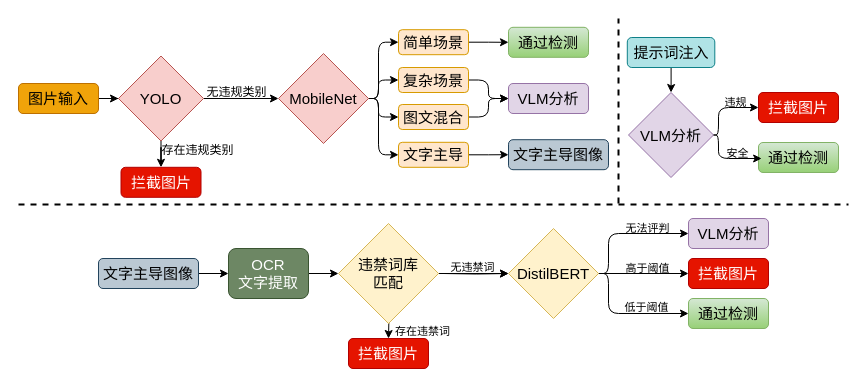
Earlier version of the draw.io diagram 本科项目/违规图片检测.drawio (Heart-ttt/picture-table). Source tidied: cells renumbered, new cells numbered last; positions are measured from the earlier drawing's top-left corner, leaving out a move shared by most shapes. Both pictures are drawn from the tidied source at 100%, with x=0, y=0 at pixel (18, 18).
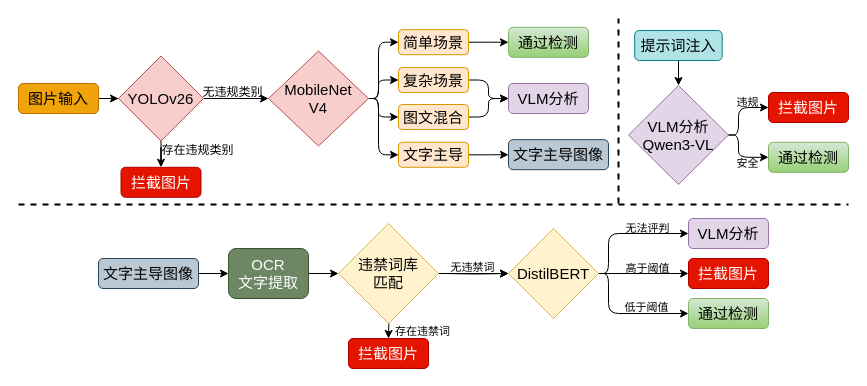
Above is the later version.

Commit message:
更新违规图片检测.drawio

Change to the diagram source:
```diff
@@
-    <mxCell id="8" value="&lt;span style=&quot;font-size: 15px;&quot;&gt;YOLO&lt;/span&gt;" style="rhombus;whiteSpace=wrap;html=1;fillColor=#f8cecc;strokeColor=#b85450;" parent="1" vertex="1">
+    <mxCell id="8" value="&lt;span style=&quot;font-size: 15px;&quot;&gt;YOLOv26&lt;/span&gt;" style="rhombus;whiteSpace=wrap;html=1;fillColor=#f8cecc;strokeColor=#b85450;" parent="1" vertex="1">
       <mxGeometry x="100" y="37.5" width="85" height="85" as="geometry" />
     </mxCell>
@@
-    <mxCell id="13" value="&lt;span style=&quot;font-size: 15px;&quot;&gt;MobileNet&lt;/span&gt;" style="rhombus;whiteSpace=wrap;html=1;fillColor=#f8cecc;strokeColor=#b85450;" parent="1" vertex="1">
-      <mxGeometry x="260" y="35" width="90" height="90" as="geometry" />
+    <mxCell id="13" value="&lt;span style=&quot;font-size: 15px;&quot;&gt;MobileNet&lt;/span&gt;&lt;div&gt;&lt;span style=&quot;font-size: 15px;&quot;&gt;V4&lt;/span&gt;&lt;/div&gt;" style="rhombus;whiteSpace=wrap;html=1;fillColor=#f8cecc;strokeColor=#b85450;" parent="1" vertex="1">
+      <mxGeometry x="250" y="32.5" width="100" height="95" as="geometry" />
     </mxCell>
@@
-    <mxCell id="43" style="edgeStyle=orthogonalEdgeStyle;rounded=1;jettySize=auto;html=1;entryX=0;entryY=0.5;entryDx=0;entryDy=0;curved=0;" parent="1" edge="1" source="45" target="46">
+    <mxCell id="43" style="edgeStyle=orthogonalEdgeStyle;rounded=1;jettySize=auto;html=1;entryX=0;entryY=0.5;entryDx=0;entryDy=0;curved=0;exitX=1;exitY=0.5;exitDx=0;exitDy=0;" parent="1" edge="1" source="45" target="46">
       <mxGeometry relative="1" as="geometry">
         <Array as="points">
-          <mxPoint x="700" y="117" />
-          <mxPoint x="700" y="89" />
+          <mxPoint x="720" y="116" />
+          <mxPoint x="720" y="89" />
         </Array>
       </mxGeometry>
     </mxCell>
@@
-    <mxCell id="45" value="&lt;span style=&quot;font-size: 15px;&quot;&gt;VLM分析&lt;/span&gt;" style="rhombus;whiteSpace=wrap;html=1;fillColor=#e1d5e7;strokeColor=#9673a6;" parent="1" vertex="1">
-      <mxGeometry x="610" y="74" width="85" height="85" as="geometry" />
+    <mxCell id="45" value="&lt;span style=&quot;font-size: 15px;&quot;&gt;VLM分析&lt;/span&gt;&lt;div&gt;&lt;span style=&quot;font-size: 15px;&quot;&gt;Qwen3-VL&lt;/span&gt;&lt;/div&gt;" style="rhombus;whiteSpace=wrap;html=1;fillColor=#e1d5e7;strokeColor=#9673a6;" parent="1" vertex="1">
+      <mxGeometry x="610" y="67" width="100" height="99" as="geometry" />
     </mxCell>
     <mxCell id="46" value="&lt;font style=&quot;font-size: 15px;&quot;&gt;拦截图片&lt;/font&gt;" style="rounded=1;whiteSpace=wrap;html=1;fillColor=#e51400;strokeColor=#B20000;fontColor=#ffffff;" parent="1" vertex="1">
-      <mxGeometry x="740" y="74" width="80" height="30" as="geometry" />
+      <mxGeometry x="750" y="74" width="80" height="30" as="geometry" />
     </mxCell>
     <mxCell id="47" value="&lt;span style=&quot;font-size: 15px;&quot;&gt;通过检测&lt;/span&gt;" style="rounded=1;whiteSpace=wrap;html=1;fillColor=#d5e8d4;strokeColor=#82b366;gradientColor=#97d077;" parent="1" vertex="1">
-      <mxGeometry x="740" y="124" width="80" height="30" as="geometry" />
+      <mxGeometry x="750" y="123.8" width="80" height="30" as="geometry" />
     </mxCell>
-    <mxCell id="48" style="edgeStyle=orthogonalEdgeStyle;rounded=1;jettySize=auto;html=1;entryX=0.039;entryY=0.533;entryDx=0;entryDy=0;entryPerimeter=0;curved=0;" parent="1" edge="1" source="45" target="47">
+    <mxCell id="48" style="edgeStyle=orthogonalEdgeStyle;rounded=1;jettySize=auto;html=1;entryX=0;entryY=0.5;entryDx=0;entryDy=0;curved=0;exitX=1;exitY=0.5;exitDx=0;exitDy=0;" parent="1" edge="1" source="45" target="47">
       <mxGeometry relative="1" as="geometry">
         <Array as="points">
-          <mxPoint x="700" y="117" />
-          <mxPoint x="700" y="140" />
+          <mxPoint x="720" y="117" />
+          <mxPoint x="720" y="139" />
         </Array>
       </mxGeometry>
     </mxCell>
     <mxCell id="49" value="安全" style="edgeLabel;html=1;align=center;verticalAlign=middle;labelBackgroundColor=none;" parent="48" vertex="1">
       <mxGeometry x="0.31" relative="1" as="geometry">
-        <mxPoint y="-5" as="offset" />
+        <mxPoint y="6" as="offset" />
       </mxGeometry>
     </mxCell>
@@
     <mxCell id="57" value="&lt;span style=&quot;font-size: 15px;&quot;&gt;提示词注入&lt;/span&gt;" style="rounded=1;whiteSpace=wrap;html=1;fillColor=#b0e3e6;strokeColor=#0e8088;" parent="1" vertex="1">
-      <mxGeometry x="608.8" y="19" width="87.5" height="30" as="geometry" />
+      <mxGeometry x="616.2" y="12" width="87.5" height="30" as="geometry" />
     </mxCell>
```
